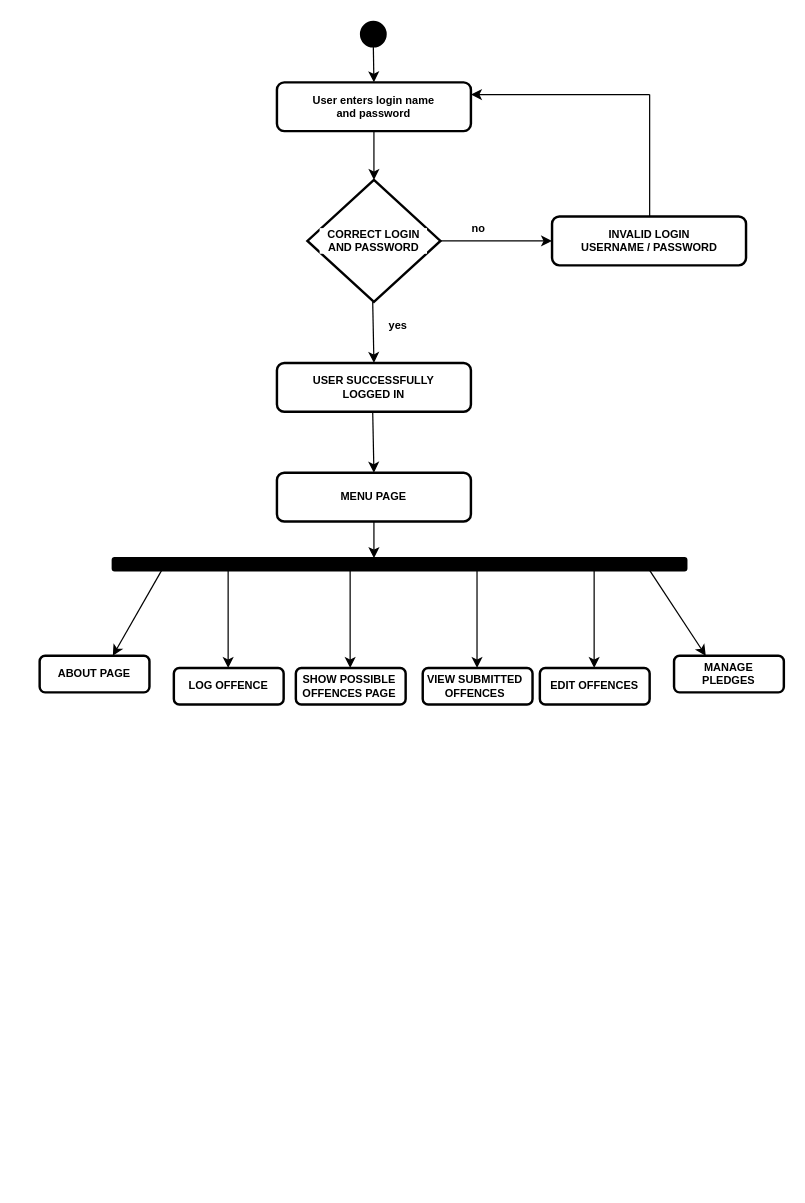
This is page "ActivityDiagram" (3 of 3) of ArchitectureDiagram.drawio from OOPS-2022/student_support_system, a draw.io file, before an edit. Source tidied: cells renumbered, new cells numbered last; positions are measured from the earlier drawing's top-left corner, leaving out a move shared by most shapes. Both pictures are drawn from the tidied source at 122%, with x=0, y=0 at pixel (21, 22).
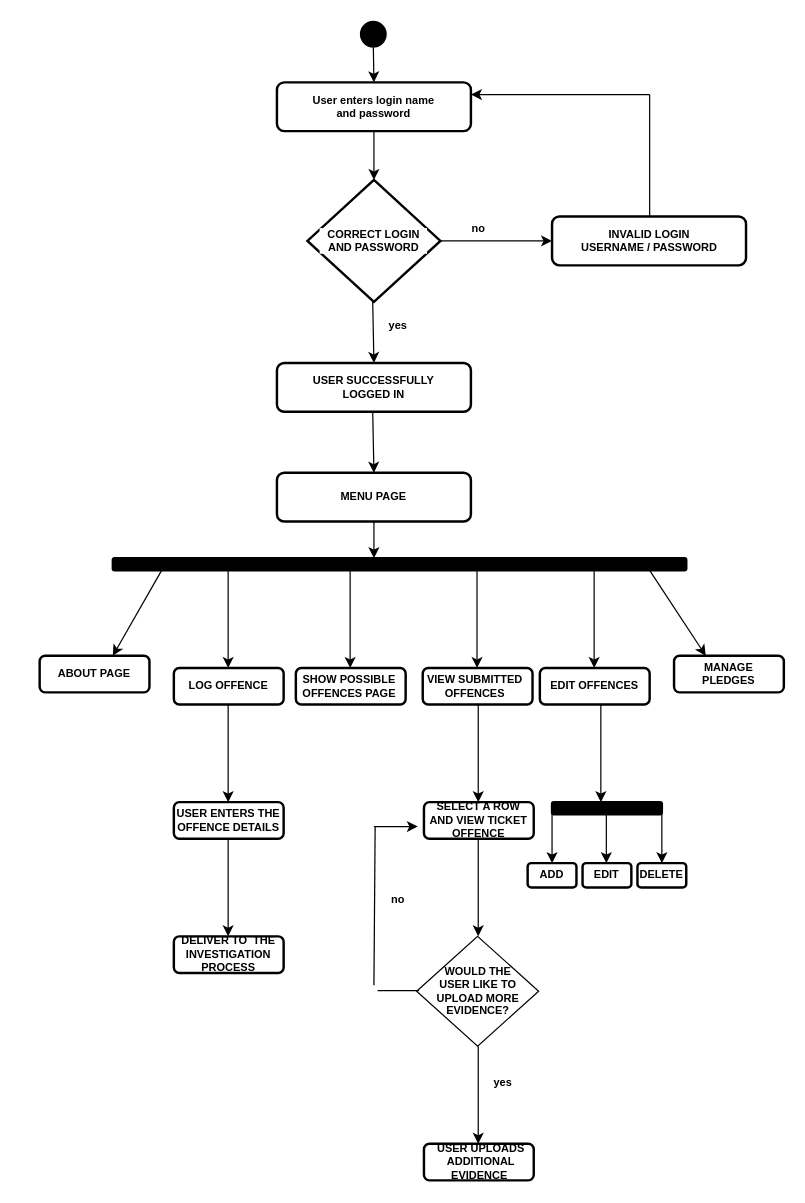
After the change.

Diff of the diagram source:
```diff
@@
+    <mxCell id="43" style="endArrow=classic;html=1;rounded=0;fontFamily=Helvetica;fontSize=9;fontColor=#000000;strokeWidth=1;" parent="1" edge="1">
+      <mxGeometry relative="1" as="geometry">
+        <mxPoint x="169.5" y="559" as="sourcePoint" />
+        <mxPoint x="169.5" y="639" as="targetPoint" />
+      </mxGeometry>
+    </mxCell>
+    <mxCell id="44" style="rounded=1;whiteSpace=wrap;html=1;labelBackgroundColor=#FFFFFF;fontFamily=Tahoma;fontSize=12;strokeWidth=2;" parent="1" vertex="1">
+      <mxGeometry x="125" y="639" width="90" height="30" as="geometry" />
+    </mxCell>
+    <mxCell id="45" style="rounded=1;whiteSpace=wrap;html=1;labelBackgroundColor=#FFFFFF;fontFamily=Tahoma;fontSize=12;strokeWidth=2;" parent="1" vertex="1">
+      <mxGeometry x="330" y="639" width="90" height="30" as="geometry" />
+    </mxCell>
+    <mxCell id="46" value="USER ENTERS THE OFFENCE DETAILS" style="text;html=1;strokeColor=none;fillColor=none;align=center;verticalAlign=middle;whiteSpace=wrap;rounded=0;fontStyle=1;fontFamily=Helvetica;fontSize=9;" parent="1" vertex="1">
+      <mxGeometry x="125" y="639" width="90" height="30" as="geometry" />
+    </mxCell>
+    <mxCell id="47" style="endArrow=classic;html=1;rounded=0;fontFamily=Helvetica;fontSize=9;fontColor=#000000;strokeWidth=1;" parent="1" edge="1">
+      <mxGeometry relative="1" as="geometry">
+        <mxPoint x="374.5" y="559" as="sourcePoint" />
+        <mxPoint x="374.5" y="639" as="targetPoint" />
+      </mxGeometry>
+    </mxCell>
+    <mxCell id="48" value="SELECT A ROW AND VIEW TICKET OFFENCE" style="text;html=1;strokeColor=none;fillColor=none;align=center;verticalAlign=middle;whiteSpace=wrap;rounded=0;fontStyle=1;fontFamily=Helvetica;fontSize=9;" parent="1" vertex="1">
+      <mxGeometry x="330" y="639" width="90" height="30" as="geometry" />
+    </mxCell>
+    <mxCell id="49" style="rounded=1;whiteSpace=wrap;html=1;labelBackgroundColor=#FFFFFF;fontFamily=Tahoma;fontSize=12;strokeWidth=2;" parent="1" vertex="1">
+      <mxGeometry x="330" y="919" width="90" height="30" as="geometry" />
+    </mxCell>
+    <mxCell id="50" style="rounded=1;whiteSpace=wrap;html=1;labelBackgroundColor=#FFFFFF;fontFamily=Tahoma;fontSize=12;strokeWidth=2;" parent="1" vertex="1">
+      <mxGeometry x="415" y="689" width="40" height="20" as="geometry" />
+    </mxCell>
+    <mxCell id="51" style="endArrow=classic;html=1;rounded=0;fontFamily=Helvetica;fontSize=9;fontColor=#000000;strokeWidth=1;" parent="1" edge="1">
+      <mxGeometry relative="1" as="geometry">
+        <mxPoint x="374.5" y="669" as="sourcePoint" />
+        <mxPoint x="374.5" y="749" as="targetPoint" />
+      </mxGeometry>
+    </mxCell>
+    <mxCell id="52" style="rhombus;whiteSpace=wrap;html=1;" parent="1" vertex="1">
+      <mxGeometry x="324" y="749" width="100" height="90" as="geometry" />
+    </mxCell>
+    <mxCell id="53" value="WOULD THE USER LIKE TO UPLOAD MORE EVIDENCE?" style="text;html=1;strokeColor=none;fillColor=none;align=center;verticalAlign=middle;whiteSpace=wrap;rounded=0;fontStyle=1;fontFamily=Helvetica;fontSize=9;" parent="1" vertex="1">
+      <mxGeometry x="337.5" y="779" width="73" height="30" as="geometry" />
+    </mxCell>
+    <mxCell id="54" style="endArrow=classic;html=1;rounded=0;fontFamily=Helvetica;fontSize=9;fontColor=#000000;strokeWidth=1;" parent="1" edge="1">
+      <mxGeometry relative="1" as="geometry">
+        <mxPoint x="374.5" y="839" as="sourcePoint" />
+        <mxPoint x="374.5" y="919" as="targetPoint" />
+      </mxGeometry>
+    </mxCell>
+    <mxCell id="55" value="USER UPLOADS ADDITIONAL EVIDENCE&amp;nbsp;" style="text;html=1;strokeColor=none;fillColor=none;align=center;verticalAlign=middle;whiteSpace=wrap;rounded=0;fontStyle=1;fontFamily=Helvetica;fontSize=9;" parent="1" vertex="1">
+      <mxGeometry x="329" y="919" width="96" height="30" as="geometry" />
+    </mxCell>
+    <mxCell id="56" value="yes" style="text;html=1;strokeColor=none;fillColor=none;align=center;verticalAlign=middle;whiteSpace=wrap;rounded=0;labelBackgroundColor=#FFFFFF;fontFamily=Helvetica;fontSize=9;fontColor=#000000;fontStyle=1;" parent="1" vertex="1">
+      <mxGeometry x="375" y="859" width="40" height="20" as="geometry" />
+    </mxCell>
+    <mxCell id="57" style="endArrow=none;html=1;rounded=0;" parent="1" edge="1">
+      <mxGeometry relative="1" as="geometry">
+        <mxPoint x="292" y="793.5" as="sourcePoint" />
+        <mxPoint x="326" y="793.5" as="targetPoint" />
+      </mxGeometry>
+    </mxCell>
+    <mxCell id="58" style="endArrow=none;html=1;rounded=0;" parent="1" edge="1">
+      <mxGeometry relative="1" as="geometry">
+        <mxPoint x="289" y="789" as="sourcePoint" />
+        <mxPoint x="290" y="659" as="targetPoint" />
+      </mxGeometry>
+    </mxCell>
+    <mxCell id="59" style="endArrow=classic;html=1;rounded=0;" parent="1" edge="1">
+      <mxGeometry relative="1" as="geometry">
+        <mxPoint x="289" y="659" as="sourcePoint" />
+        <mxPoint x="325" y="659" as="targetPoint" />
+      </mxGeometry>
+    </mxCell>
+    <mxCell id="60" value="no" style="text;html=1;strokeColor=none;fillColor=none;align=center;verticalAlign=middle;whiteSpace=wrap;rounded=0;labelBackgroundColor=#FFFFFF;fontFamily=Helvetica;fontSize=9;fontColor=#000000;fontStyle=1;" parent="1" vertex="1">
+      <mxGeometry x="289" y="709" width="40" height="20" as="geometry" />
+    </mxCell>
+    <mxCell id="61" style="endArrow=classic;html=1;rounded=0;fontFamily=Helvetica;fontSize=9;fontColor=#000000;strokeWidth=1;" parent="1" edge="1">
+      <mxGeometry relative="1" as="geometry">
+        <mxPoint x="475" y="559" as="sourcePoint" />
+        <mxPoint x="475" y="639" as="targetPoint" />
+      </mxGeometry>
+    </mxCell>
+    <mxCell id="62" style="rounded=1;whiteSpace=wrap;html=1;labelBackgroundColor=#FFFFFF;fontFamily=Helvetica;fontSize=9;fontColor=#000000;strokeColor=#000000;strokeWidth=2;fillColor=#000000;" parent="1" vertex="1">
+      <mxGeometry x="435" y="639" width="90" height="10" as="geometry" />
+    </mxCell>
+    <mxCell id="63" style="endArrow=classic;html=1;rounded=0;" parent="1" edge="1">
+      <mxGeometry relative="1" as="geometry">
+        <mxPoint x="435" y="649" as="sourcePoint" />
+        <mxPoint x="435" y="689" as="targetPoint" />
+      </mxGeometry>
+    </mxCell>
+    <mxCell id="64" style="endArrow=classic;html=1;rounded=0;" parent="1" edge="1">
+      <mxGeometry relative="1" as="geometry">
+        <mxPoint x="479.5" y="649" as="sourcePoint" />
+        <mxPoint x="479.5" y="689" as="targetPoint" />
+      </mxGeometry>
+    </mxCell>
+    <mxCell id="65" style="endArrow=classic;html=1;rounded=0;" parent="1" edge="1">
+      <mxGeometry relative="1" as="geometry">
+        <mxPoint x="525" y="649" as="sourcePoint" />
+        <mxPoint x="525" y="689" as="targetPoint" />
+      </mxGeometry>
+    </mxCell>
+    <mxCell id="66" style="rounded=1;whiteSpace=wrap;html=1;labelBackgroundColor=#FFFFFF;fontFamily=Tahoma;fontSize=12;strokeWidth=2;" parent="1" vertex="1">
+      <mxGeometry x="460" y="689" width="40" height="20" as="geometry" />
+    </mxCell>
+    <mxCell id="67" style="rounded=1;whiteSpace=wrap;html=1;labelBackgroundColor=#FFFFFF;fontFamily=Tahoma;fontSize=12;strokeWidth=2;" parent="1" vertex="1">
+      <mxGeometry x="505" y="689" width="40" height="20" as="geometry" />
+    </mxCell>
+    <mxCell id="68" value="ADD" style="text;html=1;strokeColor=none;fillColor=none;align=center;verticalAlign=middle;whiteSpace=wrap;rounded=0;fontStyle=1;fontFamily=Helvetica;fontSize=9;" parent="1" vertex="1">
+      <mxGeometry x="422" y="694" width="26" height="10" as="geometry" />
+    </mxCell>
+    <mxCell id="69" value="EDIT" style="text;html=1;strokeColor=none;fillColor=none;align=center;verticalAlign=middle;whiteSpace=wrap;rounded=0;fontStyle=1;fontFamily=Helvetica;fontSize=9;" parent="1" vertex="1">
+      <mxGeometry x="467" y="694" width="26" height="10" as="geometry" />
+    </mxCell>
+    <mxCell id="70" value="DELETE" style="text;html=1;strokeColor=none;fillColor=none;align=center;verticalAlign=middle;whiteSpace=wrap;rounded=0;fontStyle=1;fontFamily=Helvetica;fontSize=9;" parent="1" vertex="1">
+      <mxGeometry x="512" y="694" width="26" height="10" as="geometry" />
+    </mxCell>
+    <mxCell id="71" style="endArrow=classic;html=1;rounded=0;fontFamily=Helvetica;fontSize=9;fontColor=#000000;strokeWidth=1;" parent="1" edge="1">
+      <mxGeometry relative="1" as="geometry">
+        <mxPoint x="169.5" y="669" as="sourcePoint" />
+        <mxPoint x="169.5" y="749" as="targetPoint" />
+      </mxGeometry>
+    </mxCell>
+    <mxCell id="72" style="rounded=1;whiteSpace=wrap;html=1;labelBackgroundColor=#FFFFFF;fontFamily=Tahoma;fontSize=12;strokeWidth=2;" parent="1" vertex="1">
+      <mxGeometry x="125" y="749" width="90" height="30" as="geometry" />
+    </mxCell>
+    <mxCell id="73" value="DELIVER TO &amp;nbsp;THE INVESTIGATION PROCESS" style="text;html=1;strokeColor=none;fillColor=none;align=center;verticalAlign=middle;whiteSpace=wrap;rounded=0;fontStyle=1;fontFamily=Helvetica;fontSize=9;" parent="1" vertex="1">
+      <mxGeometry x="120" y="749" width="100" height="30" as="geometry" />
+    </mxCell>
```
